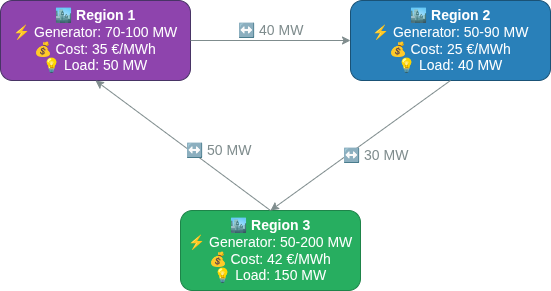
Before: doc/assets/2_QSE_Adequacy_scheme.png, a diagram exported from draw.io (AntaresSimulatorTeam/GEMS). Source tidied: cells renumbered, new cells last; positions are measured from the earlier drawing's top-left corner, leaving out a move shared by most shapes. Source of this version:
```xml
<mxGraphModel>
  <root>
    <mxCell id="0" />
    <mxCell id="1" parent="0" />
    <mxCell id="2" value="&lt;b&gt;🏙️ Region 1&lt;/b&gt;&lt;br&gt;⚡ Generator: 70-100 MW&lt;br&gt;💰 Cost: 35 €/MWh&lt;br&gt;💡 Load: 50 MW" style="rounded=1;whiteSpace=wrap;html=1;fillColor=#8E44AD;strokeColor=#483465;fontColor=#FFFFFF;align=center;fontSize=14;" parent="1" vertex="1">
      <mxGeometry width="190" height="80" as="geometry" />
    </mxCell>
    <mxCell id="3" value="&lt;b&gt;🏙️ Region 2&lt;/b&gt;&lt;br&gt;⚡ Generator: 50-90 MW&lt;br&gt;💰 Cost: 25 €/MWh&lt;br&gt;💡 Load: 40 MW" style="rounded=1;whiteSpace=wrap;html=1;fillColor=#2980B9;strokeColor=#1A5276;fontColor=#FFFFFF;align=center;fontSize=14;" parent="1" vertex="1">
      <mxGeometry x="350" width="200" height="80" as="geometry" />
    </mxCell>
    <mxCell id="4" value="&lt;b&gt;🏙️ Region 3&lt;/b&gt;&lt;br&gt;⚡ Generator: 50-200 MW&lt;br&gt;💰 Cost: 42 €/MWh&lt;br&gt;💡 Load: 150 MW" style="rounded=1;whiteSpace=wrap;html=1;fillColor=#27AE60;strokeColor=#1E8449;fontColor=#FFFFFF;align=center;fontSize=14;" parent="1" vertex="1">
      <mxGeometry x="180" y="210" width="180" height="80" as="geometry" />
    </mxCell>
    <mxCell id="5" style="rounded=0;endArrow=classic;endFill=1;html=1;strokeColor=#7F8C8D;exitX=1;exitY=0.5;entryX=0;entryY=0.5;" parent="1" edge="1" source="2" target="3">
      <mxGeometry relative="1" as="geometry" />
    </mxCell>
    <mxCell id="6" value="&lt;font style=&quot;color: rgb(127, 140, 141);&quot;&gt;↔️ 40 MW&lt;/font&gt;" style="text;html=1;align=center;verticalAlign=middle;fillColor=none;strokeColor=none;fontColor=#7F8C8D;fontSize=14;" parent="5" vertex="1">
      <mxGeometry width="70" height="30" relative="1" as="geometry">
        <mxPoint x="-35" y="-25" as="offset" />
      </mxGeometry>
    </mxCell>
    <mxCell id="7" style="rounded=0;endArrow=classic;endFill=1;html=1;strokeColor=#7F8C8D;exitX=0.5;exitY=1;entryX=0.5;entryY=0;" parent="1" edge="1" source="3" target="4">
      <mxGeometry relative="1" as="geometry" />
    </mxCell>
    <mxCell id="8" value="&lt;font style=&quot;color: rgb(127, 140, 141);&quot;&gt;↔️ 30 MW&lt;/font&gt;" style="text;html=1;align=center;verticalAlign=middle;fillColor=none;strokeColor=none;fontColor=#7F8C8D;fontSize=14;" parent="7" vertex="1">
      <mxGeometry width="70" height="30" relative="1" as="geometry">
        <mxPoint x="-20" y="-5" as="offset" />
      </mxGeometry>
    </mxCell>
    <mxCell id="9" style="rounded=0;endArrow=classic;endFill=1;html=1;strokeColor=#7F8C8D;exitX=0.5;exitY=0;entryX=0.5;entryY=1;" parent="1" edge="1" source="4" target="2">
      <mxGeometry relative="1" as="geometry" />
    </mxCell>
    <mxCell id="10" value="&lt;font style=&quot;color: rgb(127, 140, 141);&quot;&gt;↔️ 50 MW&lt;/font&gt;" style="text;html=1;align=center;verticalAlign=middle;fillColor=none;strokeColor=none;fontColor=#7F8C8D;fontSize=14;" parent="9" vertex="1">
      <mxGeometry width="70" height="30" relative="1" as="geometry">
        <mxPoint y="-10" as="offset" />
      </mxGeometry>
    </mxCell>
  </root>
</mxGraphModel>
```
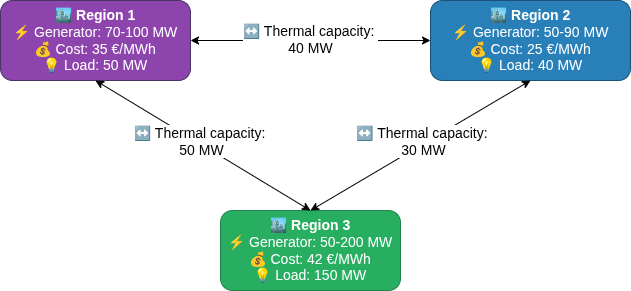
Above is the later version.

Commit message:
refresh scheme - add pecision about flow

What changed in the source:
```diff
@@ -3,37 +3,35 @@
     <mxCell id="0" />
     <mxCell id="1" parent="0" />
     <mxCell id="2" value="&lt;b&gt;🏙️ Region 1&lt;/b&gt;&lt;br&gt;⚡ Generator: 70-100 MW&lt;br&gt;💰 Cost: 35 €/MWh&lt;br&gt;💡 Load: 50 MW" style="rounded=1;whiteSpace=wrap;html=1;fillColor=#8E44AD;strokeColor=#483465;fontColor=#FFFFFF;align=center;fontSize=14;" parent="1" vertex="1">
-      <mxGeometry width="190" height="80" as="geometry" />
+      <mxGeometry x="-40" width="190" height="80" as="geometry" />
     </mxCell>
     <mxCell id="3" value="&lt;b&gt;🏙️ Region 2&lt;/b&gt;&lt;br&gt;⚡ Generator: 50-90 MW&lt;br&gt;💰 Cost: 25 €/MWh&lt;br&gt;💡 Load: 40 MW" style="rounded=1;whiteSpace=wrap;html=1;fillColor=#2980B9;strokeColor=#1A5276;fontColor=#FFFFFF;align=center;fontSize=14;" parent="1" vertex="1">
-      <mxGeometry x="350" width="200" height="80" as="geometry" />
+      <mxGeometry x="390" width="200" height="80" as="geometry" />
     </mxCell>
     <mxCell id="4" value="&lt;b&gt;🏙️ Region 3&lt;/b&gt;&lt;br&gt;⚡ Generator: 50-200 MW&lt;br&gt;💰 Cost: 42 €/MWh&lt;br&gt;💡 Load: 150 MW" style="rounded=1;whiteSpace=wrap;html=1;fillColor=#27AE60;strokeColor=#1E8449;fontColor=#FFFFFF;align=center;fontSize=14;" parent="1" vertex="1">
       <mxGeometry x="180" y="210" width="180" height="80" as="geometry" />
     </mxCell>
-    <mxCell id="5" style="rounded=0;endArrow=classic;endFill=1;html=1;strokeColor=#7F8C8D;exitX=1;exitY=0.5;entryX=0;entryY=0.5;" parent="1" edge="1" source="2" target="3">
+    <mxCell id="5" style="startArrow=classic;rounded=0;endArrow=classic;endFill=1;html=1;strokeColor=#000000;exitX=1;exitY=0.5;entryX=0;entryY=0.5;" parent="1" edge="1" source="2" target="3">
       <mxGeometry relative="1" as="geometry" />
     </mxCell>
-    <mxCell id="6" value="&lt;font style=&quot;color: rgb(127, 140, 141);&quot;&gt;↔️ 40 MW&lt;/font&gt;" style="text;html=1;align=center;verticalAlign=middle;fillColor=none;strokeColor=none;fontColor=#7F8C8D;fontSize=14;" parent="5" vertex="1">
-      <mxGeometry width="70" height="30" relative="1" as="geometry">
-        <mxPoint x="-35" y="-25" as="offset" />
-      </mxGeometry>
-    </mxCell>
+    <mxCell id="11" value="&lt;font style=&quot;forced-color-adjust: none; font-family: Helvetica; font-style: normal; font-variant-ligatures: normal; font-variant-caps: normal; font-weight: 400; letter-spacing: normal; orphans: 2; text-align: center; text-indent: 0px; text-transform: none; widows: 2; word-spacing: 0px; -webkit-text-stroke-width: 0px; white-space: nowrap; text-decoration-thickness: initial; text-decoration-style: initial; text-decoration-color: initial; color: rgb(0, 0, 0); background-color: light-dark(#FFFFFF,var(--ge-dark-color, #121212)); font-size: 14px;&quot;&gt;↔️ Thermal capacity:&amp;nbsp;&lt;/font&gt;&lt;div style=&quot;forced-color-adjust: none; color: rgb(127, 140, 141); font-family: Helvetica; font-style: normal; font-variant-ligatures: normal; font-variant-caps: normal; font-weight: 400; letter-spacing: normal; orphans: 2; text-align: center; text-indent: 0px; text-transform: none; widows: 2; word-spacing: 0px; -webkit-text-stroke-width: 0px; white-space: nowrap; text-decoration-thickness: initial; text-decoration-style: initial; text-decoration-color: initial;&quot;&gt;&lt;font style=&quot;forced-color-adjust: none; color: rgb(0, 0, 0); background-color: light-dark(#FFFFFF,var(--ge-dark-color, #121212)); font-size: 14px;&quot;&gt;40 MW&lt;/font&gt;&lt;/div&gt;" style="edgeLabel;html=1;align=center;verticalAlign=middle;" parent="5" vertex="1">
+      <mxGeometry x="-0.01" y="2" relative="1" as="geometry" />
+    </mxCell>
-    <mxCell id="7" style="rounded=0;endArrow=classic;endFill=1;html=1;strokeColor=#7F8C8D;exitX=0.5;exitY=1;entryX=0.5;entryY=0;" parent="1" edge="1" source="3" target="4">
+    <mxCell id="7" style="startArrow=classic;rounded=0;endArrow=classic;endFill=1;html=1;strokeColor=#000000;exitX=0.5;exitY=1;entryX=0.5;entryY=0;" parent="1" edge="1" source="3" target="4">
       <mxGeometry relative="1" as="geometry" />
     </mxCell>
-    <mxCell id="8" value="&lt;font style=&quot;color: rgb(127, 140, 141);&quot;&gt;↔️ 30 MW&lt;/font&gt;" style="text;html=1;align=center;verticalAlign=middle;fillColor=none;strokeColor=none;fontColor=#7F8C8D;fontSize=14;" parent="7" vertex="1">
-      <mxGeometry width="70" height="30" relative="1" as="geometry">
-        <mxPoint x="-20" y="-5" as="offset" />
-      </mxGeometry>
-    </mxCell>
+    <mxCell id="12" value="&lt;span style=&quot;background-color: rgb(255, 255, 255);&quot;&gt;&lt;font style=&quot;font-size: 14px;&quot;&gt;↔️ Thermal capacity:&lt;/font&gt;&lt;/span&gt;&lt;span style=&quot;font-size: 12px; background-color: rgb(255, 255, 255);&quot;&gt;&amp;nbsp;&lt;/span&gt;&lt;div&gt;&lt;span style=&quot;background-color: rgb(255, 255, 255);&quot;&gt;&lt;font style=&quot;font-size: 14px;&quot;&gt;30 MW&lt;/font&gt;&lt;/span&gt;&lt;/div&gt;" style="edgeLabel;html=1;align=center;verticalAlign=middle;" parent="7" vertex="1">
+      <mxGeometry x="-0.14" relative="1" as="geometry">
+        <mxPoint x="-12" y="4" as="offset" />
+      </mxGeometry>
+    </mxCell>
-    <mxCell id="9" style="rounded=0;endArrow=classic;endFill=1;html=1;strokeColor=#7F8C8D;exitX=0.5;exitY=0;entryX=0.5;entryY=1;" parent="1" edge="1" source="4" target="2">
+    <mxCell id="9" style="startArrow=classic;rounded=0;endArrow=classic;endFill=1;html=1;strokeColor=#000000;exitX=0.5;exitY=0;entryX=0.5;entryY=1;" parent="1" edge="1" source="4" target="2">
       <mxGeometry relative="1" as="geometry" />
     </mxCell>
-    <mxCell id="10" value="&lt;font style=&quot;color: rgb(127, 140, 141);&quot;&gt;↔️ 50 MW&lt;/font&gt;" style="text;html=1;align=center;verticalAlign=middle;fillColor=none;strokeColor=none;fontColor=#7F8C8D;fontSize=14;" parent="9" vertex="1">
-      <mxGeometry width="70" height="30" relative="1" as="geometry">
-        <mxPoint y="-10" as="offset" />
-      </mxGeometry>
-    </mxCell>
+    <mxCell id="13" value="&lt;span style=&quot;background-color: rgb(255, 255, 255);&quot;&gt;&lt;font style=&quot;font-size: 14px;&quot;&gt;↔️ Thermal capacity:&amp;nbsp;&lt;/font&gt;&lt;/span&gt;&lt;div&gt;&lt;span style=&quot;background-color: rgb(255, 255, 255);&quot;&gt;&lt;font style=&quot;font-size: 14px;&quot;&gt;50 MW&lt;/font&gt;&lt;/span&gt;&lt;/div&gt;" style="edgeLabel;html=1;align=center;verticalAlign=middle;" parent="9" vertex="1">
+      <mxGeometry x="-0.01" y="-2" relative="1" as="geometry">
+        <mxPoint x="-4" y="-4" as="offset" />
+      </mxGeometry>
+    </mxCell>
   </root>
 </mxGraphModel>
```
